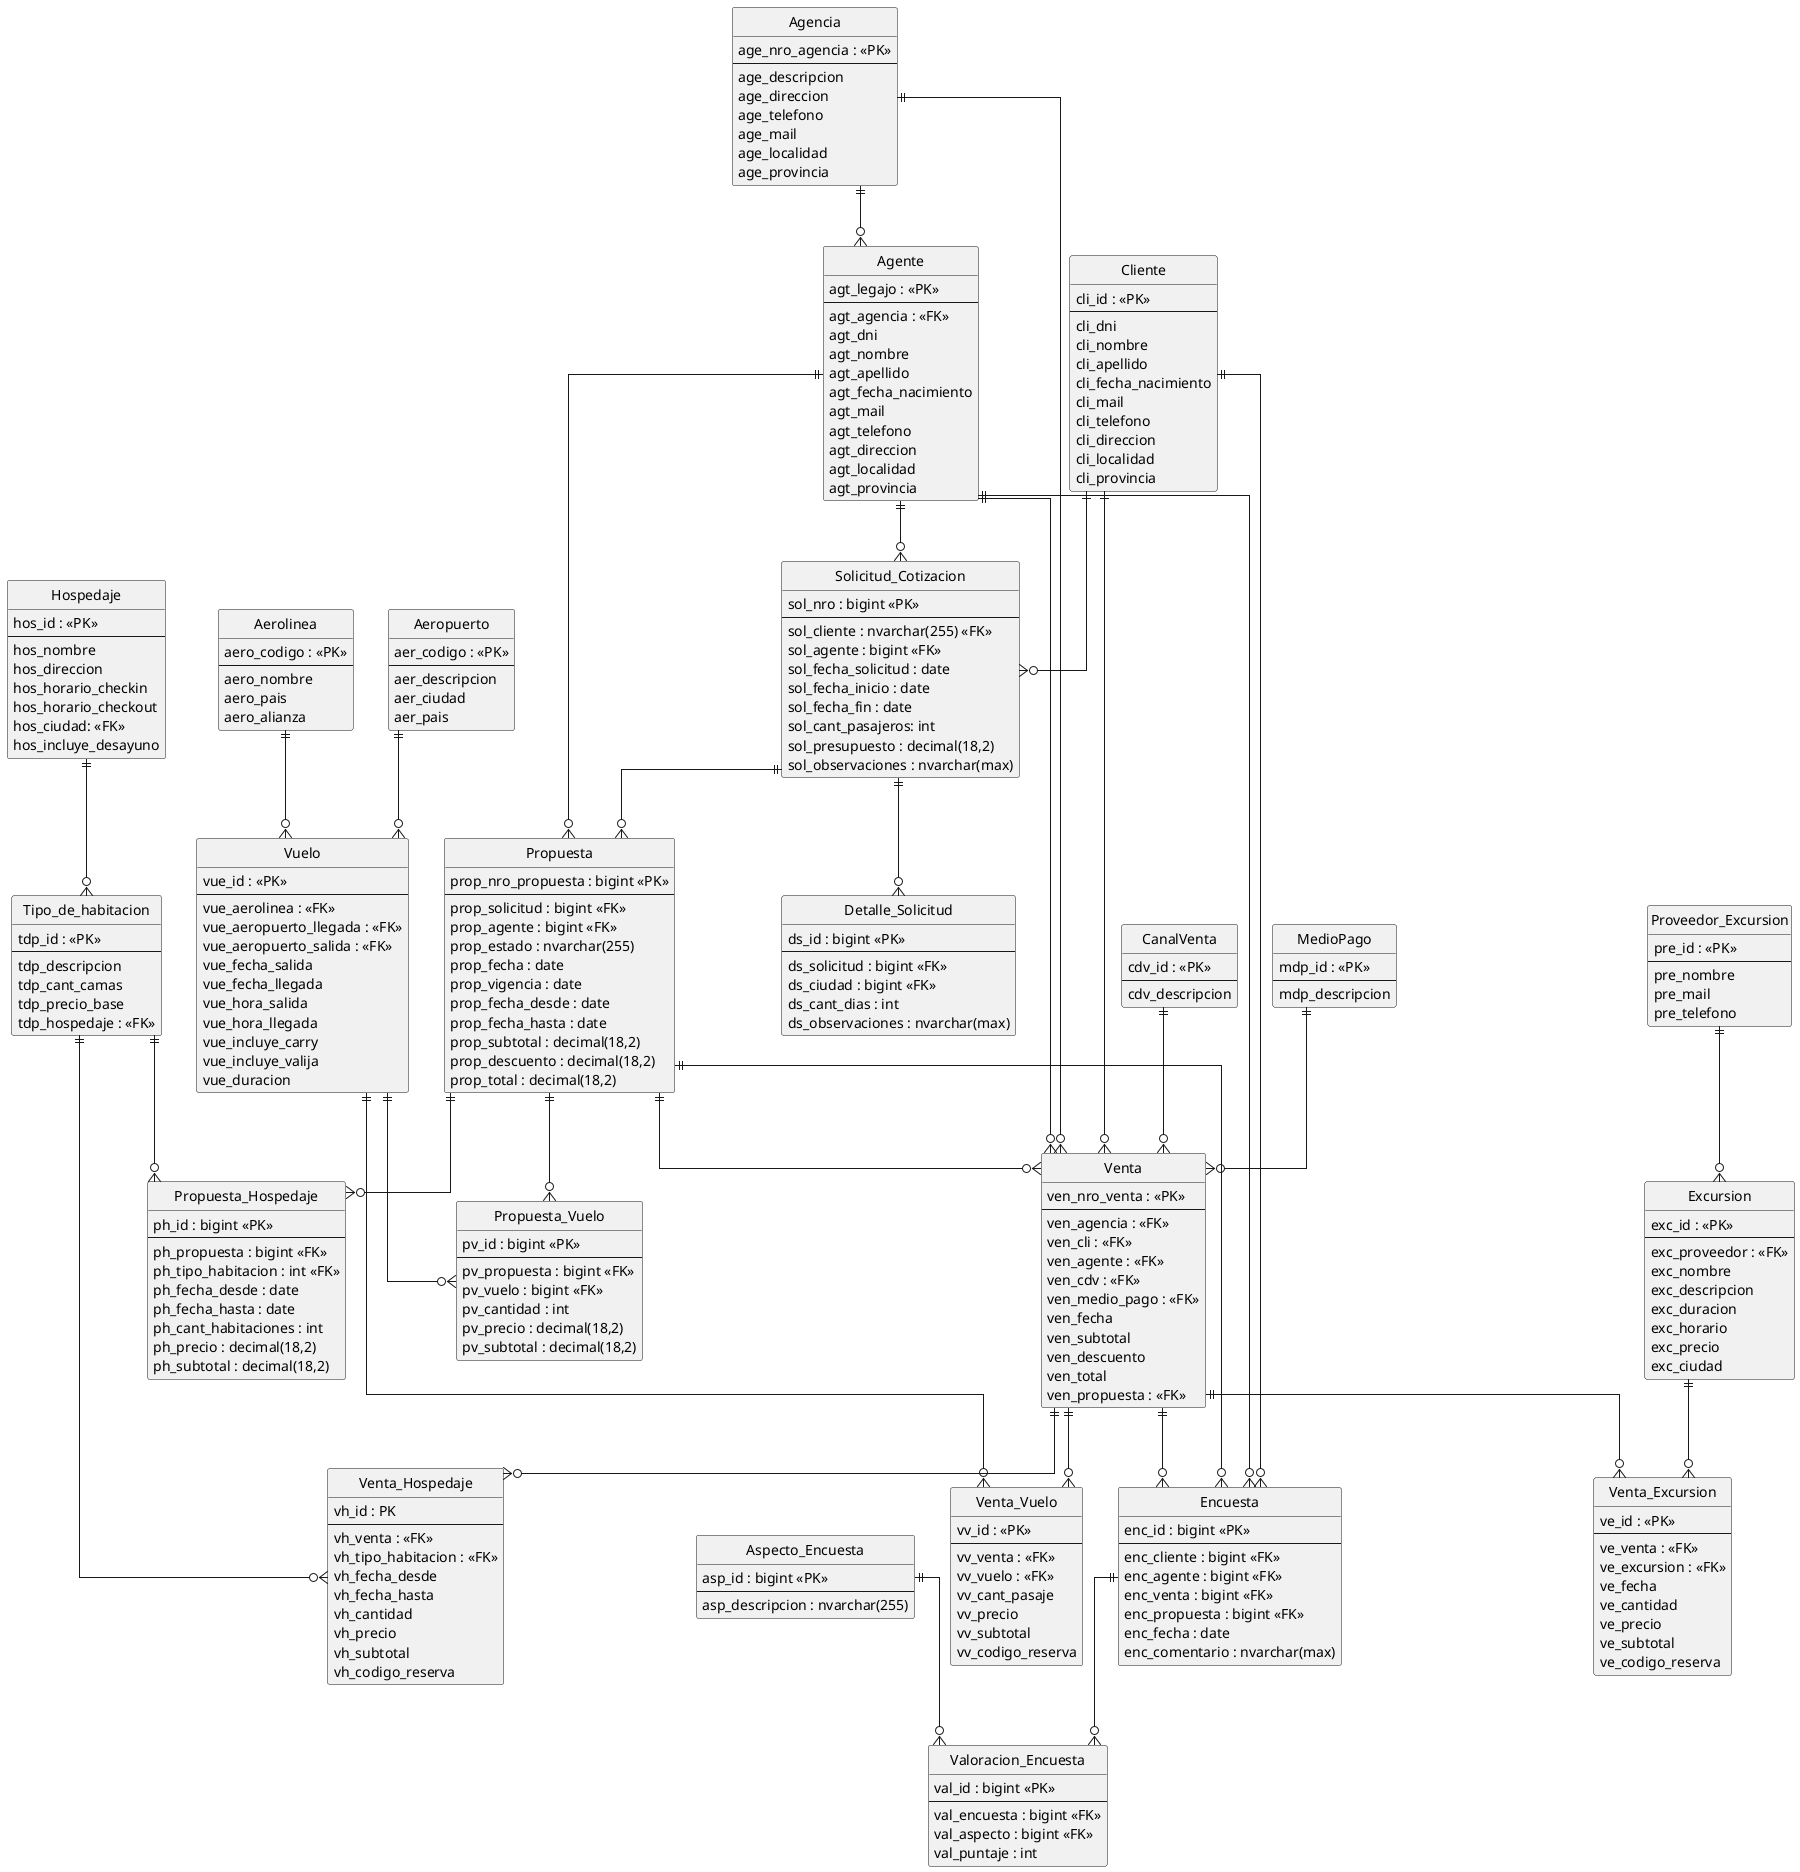
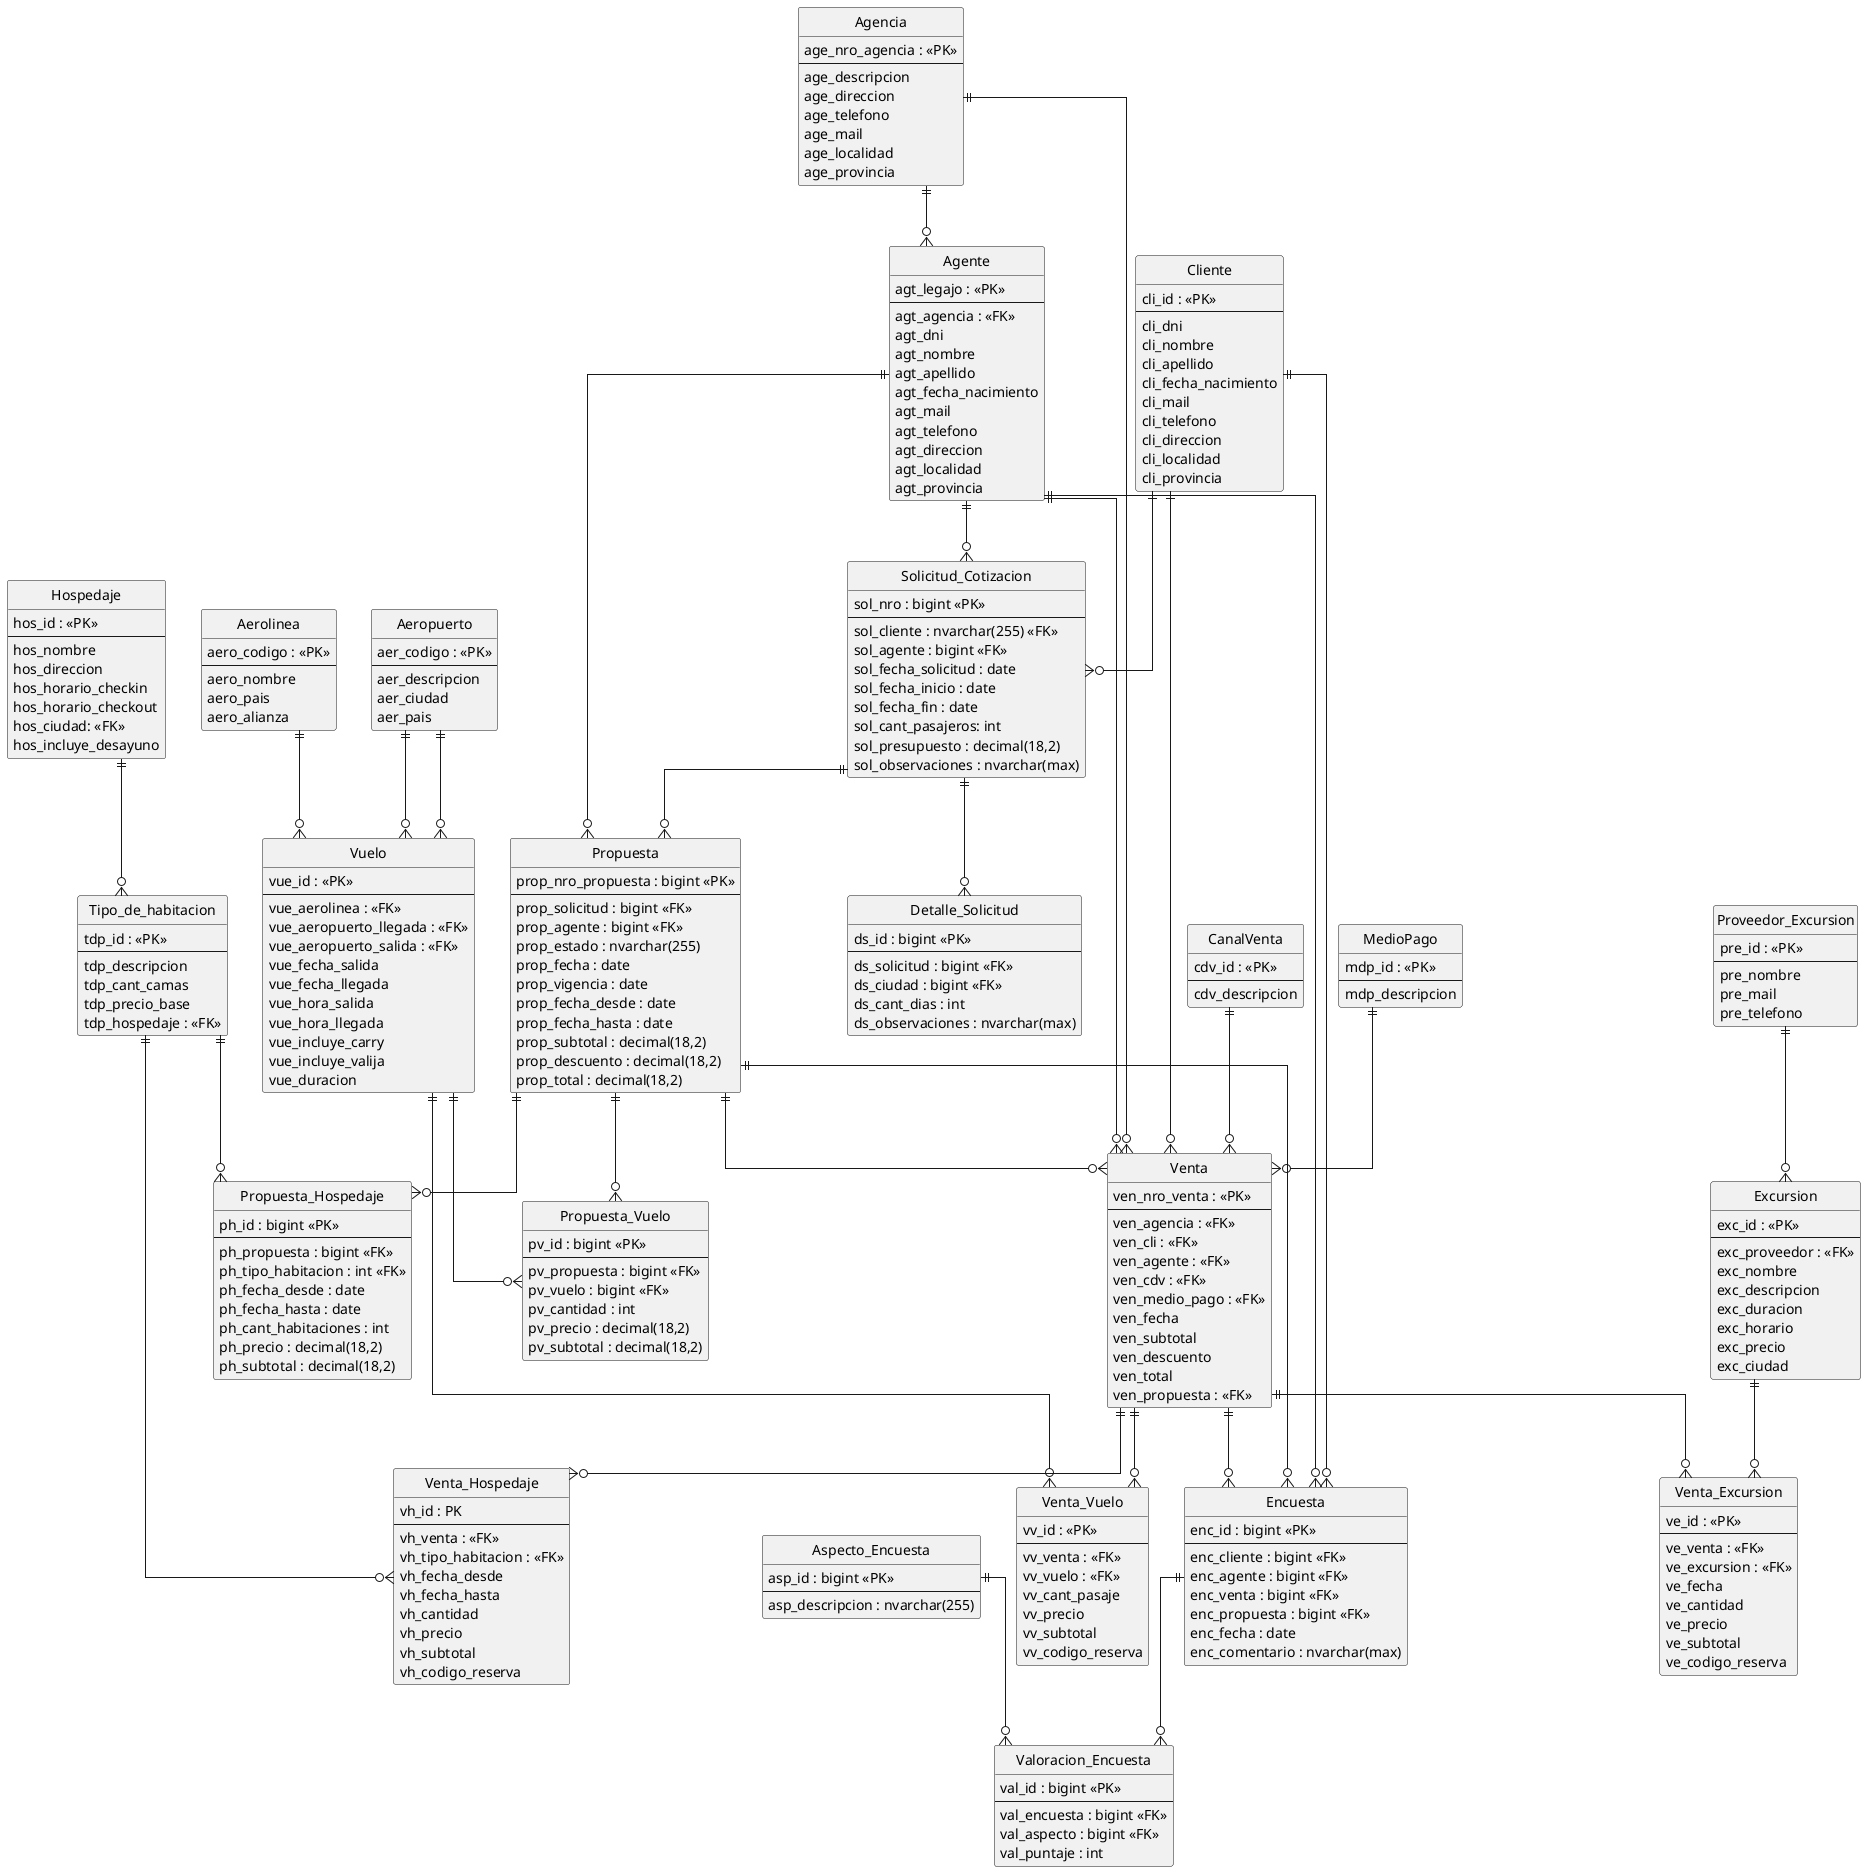
@startuml
hide circle
skinparam linetype ortho

entity Agencia {
  age_nro_agencia : <<PK>>
  --
  age_descripcion
  age_direccion
  age_telefono
  age_mail
  age_localidad
  age_provincia
}

entity Cliente {
  cli_id : <<PK>>
  --
  cli_dni
  cli_nombre
  cli_apellido
  cli_fecha_nacimiento
  cli_mail
  cli_telefono
  cli_direccion
  cli_localidad
  cli_provincia
}

entity Agente {
  agt_legajo : <<PK>>
  --
  agt_agencia : <<FK>>
  agt_dni
  agt_nombre
  agt_apellido
  agt_fecha_nacimiento
  agt_mail
  agt_telefono
  agt_direccion
  agt_localidad
  agt_provincia
}

entity CanalVenta {
  cdv_id : <<PK>>
  --
  cdv_descripcion
}

entity MedioPago {
  mdp_id : <<PK>>
  --
  mdp_descripcion
}

entity Aerolinea {
  aero_codigo : <<PK>>
  --
  aero_nombre
  aero_pais
  aero_alianza
}

entity Aeropuerto {
  aer_codigo : <<PK>>
  --
  aer_descripcion
  aer_ciudad
  aer_pais
}

entity Vuelo {
  vue_id : <<PK>>
  --
  vue_aerolinea : <<FK>>
  vue_aeropuerto_llegada : <<FK>>
  vue_aeropuerto_salida : <<FK>>
  vue_fecha_salida
  vue_fecha_llegada
  vue_hora_salida
  vue_hora_llegada
  vue_incluye_carry
  vue_incluye_valija
  vue_duracion
}

entity Hospedaje {
  hos_id : <<PK>>
  --
  hos_nombre
  hos_direccion
  hos_horario_checkin
  hos_horario_checkout
  hos_ciudad: <<FK>>
  hos_incluye_desayuno
}

entity Tipo_de_habitacion {
  tdp_id : <<PK>>
  --
  tdp_descripcion
  tdp_cant_camas
  tdp_precio_base
  tdp_hospedaje : <<FK>>
}

entity Proveedor_Excursion {
  pre_id : <<PK>>
  --
  pre_nombre
  pre_mail
  pre_telefono
}

entity Excursion {
  exc_id : <<PK>>
  --
  exc_proveedor : <<FK>>
  exc_nombre
  exc_descripcion
  exc_duracion
  exc_horario
  exc_precio
  exc_ciudad
}

entity Venta {
  ven_nro_venta : <<PK>>
  --
  ven_agencia : <<FK>>
  ven_cli : <<FK>>
  ven_agente : <<FK>>
  ven_cdv : <<FK>>
  ven_medio_pago : <<FK>>
  ven_fecha
  ven_subtotal
  ven_descuento
  ven_total
  ven_propuesta : <<FK>>
}

entity Venta_Vuelo {
  vv_id : <<PK>>
  --
  vv_venta : <<FK>>
  vv_vuelo : <<FK>>
  vv_cant_pasaje
  vv_precio
  vv_subtotal
  vv_codigo_reserva
}

entity Venta_Hospedaje {
  vh_id : PK
  --
  vh_venta : <<FK>>
  vh_tipo_habitacion : <<FK>>
  vh_fecha_desde
  vh_fecha_hasta
  vh_cantidad
  vh_precio
  vh_subtotal
  vh_codigo_reserva
}

entity Venta_Excursion {
  ve_id : <<PK>>
  --
  ve_venta : <<FK>>
  ve_excursion : <<FK>>
  ve_fecha
  ve_cantidad
  ve_precio
  ve_subtotal
  ve_codigo_reserva
}

entity Solicitud_Cotizacion {
  sol_nro : bigint <<PK>>
  --
  sol_cliente : nvarchar(255) <<FK>>
  sol_agente : bigint <<FK>>
  sol_fecha_solicitud : date
  sol_fecha_inicio : date
  sol_fecha_fin : date
  sol_cant_pasajeros: int
  sol_presupuesto : decimal(18,2)
  sol_observaciones : nvarchar(max)
}

entity Detalle_Solicitud {
  ds_id : bigint <<PK>>
  --
  ds_solicitud : bigint <<FK>>
  ds_ciudad : bigint <<FK>>
  ds_cant_dias : int
  ds_observaciones : nvarchar(max)
}

entity Propuesta {
  prop_nro_propuesta : bigint <<PK>>
  --
  prop_solicitud : bigint <<FK>>
  prop_agente : bigint <<FK>>
  prop_estado : nvarchar(255)
  prop_fecha : date
  prop_vigencia : date
  prop_fecha_desde : date
  prop_fecha_hasta : date
  prop_subtotal : decimal(18,2)
  prop_descuento : decimal(18,2)
  prop_total : decimal(18,2)
}

entity Propuesta_Vuelo {
  pv_id : bigint <<PK>>
  --
  pv_propuesta : bigint <<FK>>
  pv_vuelo : bigint <<FK>>
  pv_cantidad : int
  pv_precio : decimal(18,2)
  pv_subtotal : decimal(18,2)
}

entity Propuesta_Hospedaje {
  ph_id : bigint <<PK>>
  --
  ph_propuesta : bigint <<FK>>
  ph_tipo_habitacion : int <<FK>>
  ph_fecha_desde : date
  ph_fecha_hasta : date
  ph_cant_habitaciones : int
  ph_precio : decimal(18,2)
  ph_subtotal : decimal(18,2)
}

entity Encuesta {
  enc_id : bigint <<PK>>
  --
  enc_cliente : bigint <<FK>>
  enc_agente : bigint <<FK>>
  enc_venta : bigint <<FK>>
  enc_propuesta : bigint <<FK>>
  enc_fecha : date
  enc_comentario : nvarchar(max)
}

entity Aspecto_Encuesta {
  asp_id : bigint <<PK>>
  --
  asp_descripcion : nvarchar(255)
}

entity Valoracion_Encuesta {
  val_id : bigint <<PK>>
  --
  val_encuesta : bigint <<FK>>
  val_aspecto : bigint <<FK>>
  val_puntaje : int
}

Agencia ||--o{ Agente
Agencia ||--o{ Venta

Cliente ||--o{ Venta
Cliente ||--o{ Solicitud_Cotizacion
Cliente ||--o{ Encuesta

Agente ||--o{ Venta
Agente ||--o{ Solicitud_Cotizacion
Agente ||--o{ Propuesta
Agente ||--o{ Encuesta

CanalVenta ||--o{ Venta
MedioPago ||--o{ Venta

Aerolinea ||--o{ Vuelo
Aeropuerto ||--o{ Vuelo
+ Aeropuerto ||--o{ Vuelo

Hospedaje ||--o{ Tipo_de_habitacion

Proveedor_Excursion ||--o{ Excursion

Venta ||--o{ Venta_Vuelo
Venta ||--o{ Venta_Hospedaje
Venta ||--o{ Venta_Excursion

Vuelo ||--o{ Venta_Vuelo
Tipo_de_habitacion ||--o{ Venta_Hospedaje
Excursion ||--o{ Venta_Excursion

Solicitud_Cotizacion ||--o{ Detalle_Solicitud
Solicitud_Cotizacion ||--o{ Propuesta

Propuesta ||--o{ Propuesta_Vuelo
Propuesta ||--o{ Propuesta_Hospedaje

Vuelo ||--o{ Propuesta_Vuelo
Tipo_de_habitacion ||--o{ Propuesta_Hospedaje

Propuesta ||--o{ Venta

Encuesta ||--o{ Valoracion_Encuesta
Aspecto_Encuesta ||--o{ Valoracion_Encuesta

Venta ||--o{ Encuesta
Propuesta ||--o{ Encuesta


@enduml
